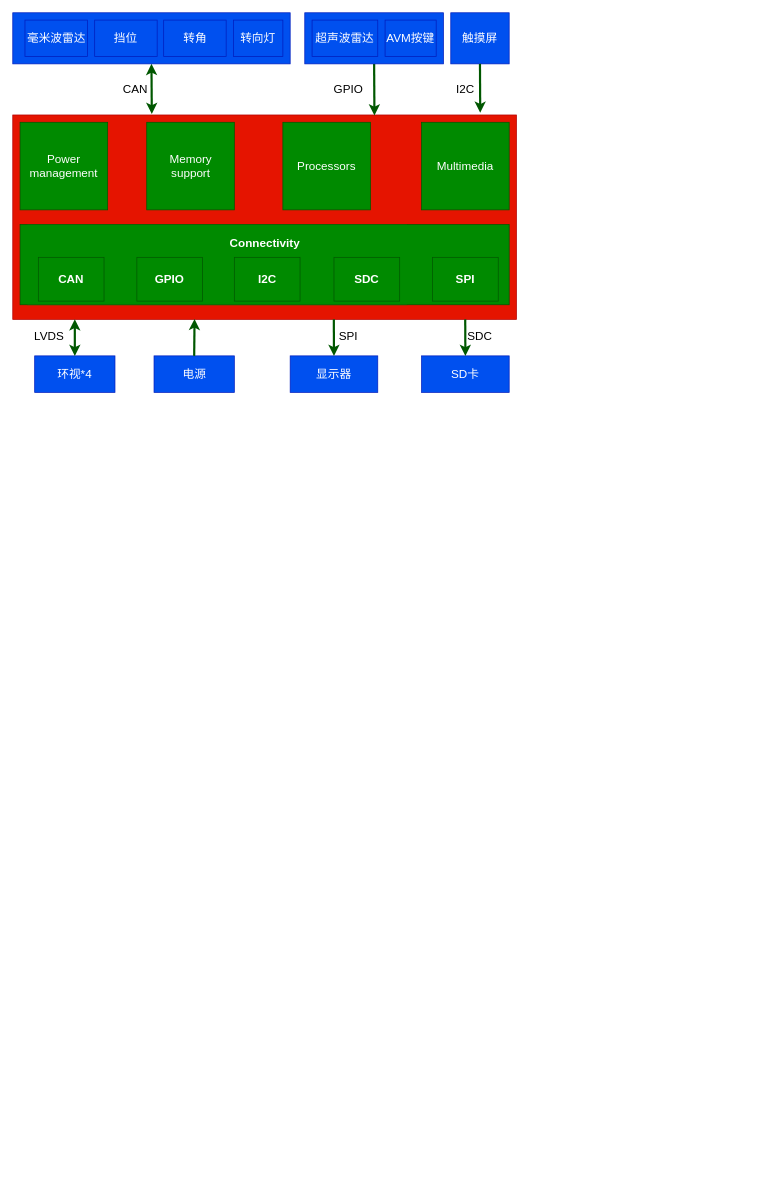
Earlier version of the draw.io diagram page "硬件架构" (2 of 2) of AVM1.0.drawio (bugquella/diagrams). Source tidied: cells renumbered, new cells numbered last; positions are measured from the earlier drawing's top-left corner, leaving out a move shared by most shapes. Both pictures are drawn from the tidied source at 73%, with x=0, y=0 at pixel (12, 12).
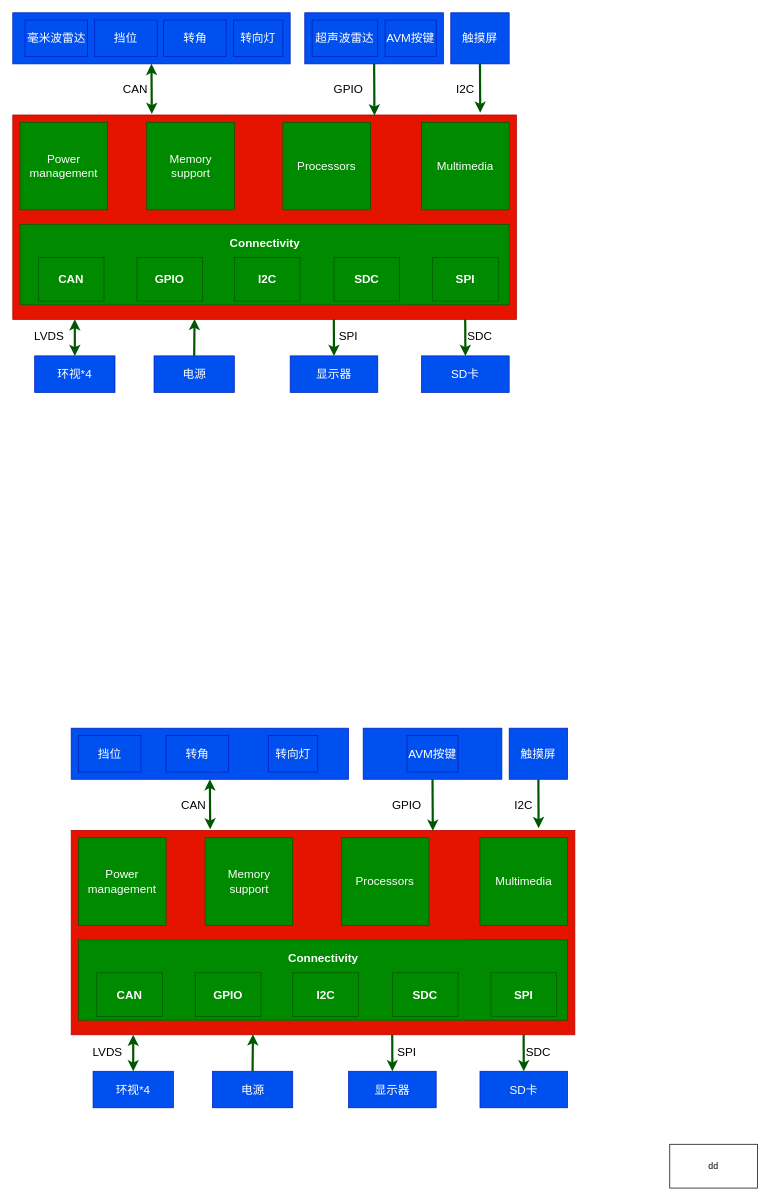
Above is the later version.

Change to the diagram source:
```diff
@@
+    <mxCell id="43" value="&lt;div align=&quot;center&quot;&gt;&lt;font style=&quot;font-size: 16px&quot;&gt;环视*4&lt;/font&gt;&lt;/div&gt;" style="rounded=0;whiteSpace=wrap;html=1;fontSize=16;align=center;fillColor=#0050ef;strokeColor=#001DBC;fontColor=#ffffff;" parent="1" vertex="1">
+      <mxGeometry x="110" y="1450" width="110" height="50" as="geometry" />
+    </mxCell>
+    <mxCell id="44" style="rounded=0;whiteSpace=wrap;html=1;fontSize=16;fillColor=#e51400;fontColor=#ffffff;strokeColor=#B20000;" parent="1" vertex="1">
+      <mxGeometry x="80" y="1120" width="690" height="280" as="geometry" />
+    </mxCell>
+    <mxCell id="45" value="触摸屏" style="rounded=0;whiteSpace=wrap;html=1;fontSize=16;fillColor=#0050ef;fontColor=#ffffff;strokeColor=#001DBC;" parent="1" vertex="1">
+      <mxGeometry x="680" y="980" width="80" height="70" as="geometry" />
+    </mxCell>
+    <mxCell id="46" value="I2C" style="text;html=1;strokeColor=none;fillColor=none;align=center;verticalAlign=middle;whiteSpace=wrap;rounded=0;fontSize=16;" parent="1" vertex="1">
+      <mxGeometry x="670" y="1070" width="60" height="30" as="geometry" />
+    </mxCell>
+    <mxCell id="47" style="endArrow=classic;html=1;rounded=0;fontSize=12;strokeWidth=3;exitX=0.5;exitY=1;exitDx=0;exitDy=0;fillColor=#008a00;strokeColor=#005700;entryX=0.928;entryY=-0.011;entryDx=0;entryDy=0;entryPerimeter=0;" parent="1" edge="1" source="45" target="44">
+      <mxGeometry relative="1" as="geometry" />
+    </mxCell>
+    <mxCell id="48" style="endArrow=classic;html=1;rounded=0;fontSize=12;strokeWidth=3;fillColor=#008a00;strokeColor=#005700;exitX=0.5;exitY=1;exitDx=0;exitDy=0;entryX=0.718;entryY=0.002;entryDx=0;entryDy=0;entryPerimeter=0;" parent="1" edge="1" source="76" target="44">
+      <mxGeometry relative="1" as="geometry" />
+    </mxCell>
+    <mxCell id="49" value="GPIO" style="text;html=1;strokeColor=none;fillColor=none;align=center;verticalAlign=middle;whiteSpace=wrap;rounded=0;fontSize=16;" parent="1" vertex="1">
+      <mxGeometry x="510" y="1070" width="60" height="30" as="geometry" />
+    </mxCell>
+    <mxCell id="50" value="电源" style="rounded=0;whiteSpace=wrap;html=1;fontSize=16;align=center;fillColor=#0050ef;fontColor=#ffffff;strokeColor=#001DBC;" parent="1" vertex="1">
+      <mxGeometry x="273.5" y="1450" width="110" height="50" as="geometry" />
+    </mxCell>
+    <mxCell id="51" style="endArrow=classic;html=1;rounded=0;fontSize=12;strokeWidth=3;exitX=0.5;exitY=0;exitDx=0;exitDy=0;fillColor=#008a00;strokeColor=#005700;entryX=0.399;entryY=0.998;entryDx=0;entryDy=0;entryPerimeter=0;" parent="1" edge="1" source="50">
+      <mxGeometry relative="1" as="geometry">
+        <mxPoint x="329" y="1399.4" as="targetPoint" />
+      </mxGeometry>
+    </mxCell>
+    <mxCell id="52" value="显示器" style="rounded=0;whiteSpace=wrap;html=1;fontSize=16;fillColor=#0050ef;fontColor=#ffffff;strokeColor=#001DBC;" parent="1" vertex="1">
+      <mxGeometry x="460" y="1450" width="120" height="50" as="geometry" />
+    </mxCell>
+    <mxCell id="53" style="group;fontSize=16;fillColor=#008a00;fontColor=#ffffff;strokeColor=#005700;" parent="1" vertex="1">
+      <mxGeometry x="100" y="1270" width="520" height="110" as="geometry" />
+    </mxCell>
+    <mxCell id="54" value="Multimedia" style="rounded=0;whiteSpace=wrap;html=1;fontSize=16;strokeColor=#005700;fillColor=#008a00;fontColor=#ffffff;" parent="1" vertex="1">
+      <mxGeometry x="640" y="1130" width="120" height="120" as="geometry" />
+    </mxCell>
+    <mxCell id="55" value="Processors" style="rounded=0;whiteSpace=wrap;html=1;fontSize=16;strokeColor=#005700;fillColor=#008a00;fontColor=#ffffff;" parent="1" vertex="1">
+      <mxGeometry x="450" y="1130" width="120" height="120" as="geometry" />
+    </mxCell>
+    <mxCell id="56" value="Memory &lt;br&gt;support" style="rounded=0;whiteSpace=wrap;html=1;fontSize=16;strokeColor=#005700;fillColor=#008a00;fontColor=#ffffff;" parent="1" vertex="1">
+      <mxGeometry x="263.5" y="1130" width="120" height="120" as="geometry" />
+    </mxCell>
+    <mxCell id="57" value="Power management" style="rounded=0;whiteSpace=wrap;html=1;fontSize=16;strokeColor=#005700;fillColor=#008a00;fontColor=#ffffff;" parent="1" vertex="1">
+      <mxGeometry x="90" y="1130" width="120" height="120" as="geometry" />
+    </mxCell>
+    <mxCell id="58" style="endArrow=classic;html=1;rounded=0;fontSize=12;strokeWidth=3;fillColor=#008a00;strokeColor=#005700;entryX=0.5;entryY=0;entryDx=0;entryDy=0;exitX=0.87;exitY=1;exitDx=0;exitDy=0;exitPerimeter=0;" parent="1" edge="1" target="52">
+      <mxGeometry relative="1" as="geometry">
+        <mxPoint x="519.8" y="1400" as="sourcePoint" />
+      </mxGeometry>
+    </mxCell>
+    <mxCell id="59" style="endArrow=classic;startArrow=classic;html=1;rounded=0;fontSize=16;fillColor=#008a00;strokeColor=#005700;strokeWidth=3;entryX=0.5;entryY=1;entryDx=0;entryDy=0;exitX=0.276;exitY=-0.005;exitDx=0;exitDy=0;exitPerimeter=0;" parent="1" edge="1" source="44" target="78">
+      <mxGeometry relative="1" as="geometry" />
+    </mxCell>
+    <mxCell id="60" value="&lt;font style=&quot;font-size: 16px&quot;&gt;CAN&lt;/font&gt;" style="text;html=1;strokeColor=none;fillColor=none;align=center;verticalAlign=middle;whiteSpace=wrap;rounded=0;fontSize=12;" parent="1" vertex="1">
+      <mxGeometry x="217.8" y="1070" width="60" height="30" as="geometry" />
+    </mxCell>
+    <mxCell id="61" style="endArrow=classic;startArrow=classic;html=1;rounded=0;fontSize=16;exitX=0.5;exitY=0;exitDx=0;exitDy=0;fillColor=#008a00;strokeColor=#005700;strokeWidth=3;" parent="1" edge="1" source="43">
+      <mxGeometry relative="1" as="geometry">
+        <mxPoint x="165" y="1400" as="targetPoint" />
+      </mxGeometry>
+    </mxCell>
+    <mxCell id="62" value="LVDS" style="text;html=1;strokeColor=none;fillColor=none;align=center;verticalAlign=middle;whiteSpace=wrap;rounded=0;fontSize=16;" parent="1" vertex="1">
+      <mxGeometry x="100" y="1410" width="60" height="25" as="geometry" />
+    </mxCell>
+    <mxCell id="63" value="SPI" style="text;html=1;strokeColor=none;fillColor=none;align=center;verticalAlign=middle;whiteSpace=wrap;rounded=0;fontSize=16;" parent="1" vertex="1">
+      <mxGeometry x="510" y="1407.5" width="60" height="30" as="geometry" />
+    </mxCell>
+    <mxCell id="64" value="SD卡" style="rounded=0;whiteSpace=wrap;html=1;fontSize=16;fillColor=#0050ef;fontColor=#ffffff;strokeColor=#001DBC;" parent="1" vertex="1">
+      <mxGeometry x="640" y="1450" width="120" height="50" as="geometry" />
+    </mxCell>
+    <mxCell id="65" style="endArrow=classic;html=1;rounded=0;fontSize=12;strokeWidth=3;fillColor=#008a00;strokeColor=#005700;entryX=0.5;entryY=0;entryDx=0;entryDy=0;exitX=0.87;exitY=1;exitDx=0;exitDy=0;exitPerimeter=0;" parent="1" edge="1">
+      <mxGeometry relative="1" as="geometry">
+        <mxPoint x="699.8" y="1400" as="sourcePoint" />
+        <mxPoint x="700" y="1450" as="targetPoint" />
+      </mxGeometry>
+    </mxCell>
+    <mxCell id="66" value="SDC" style="text;html=1;strokeColor=none;fillColor=none;align=center;verticalAlign=middle;whiteSpace=wrap;rounded=0;fontSize=16;" parent="1" vertex="1">
+      <mxGeometry x="690" y="1407.5" width="60" height="30" as="geometry" />
+    </mxCell>
+    <mxCell id="67" style="group;fillColor=#fad7ac;strokeColor=#b46504;fontColor=#000000;" parent="1" vertex="1">
+      <mxGeometry x="100" y="1270" width="520" height="110" as="geometry" />
+    </mxCell>
+    <mxCell id="68" style="rounded=0;whiteSpace=wrap;html=1;strokeColor=#005700;fillColor=#008a00;fontColor=#ffffff;" parent="1" vertex="1">
+      <mxGeometry x="90" y="1270" width="670" height="110" as="geometry" />
+    </mxCell>
+    <mxCell id="69" value="GPIO" style="rounded=0;whiteSpace=wrap;html=1;fillColor=#008a00;strokeColor=#005700;fontStyle=1;fontSize=16;fontColor=#ffffff;" parent="1" vertex="1">
+      <mxGeometry x="250" y="1315" width="90" height="60" as="geometry" />
+    </mxCell>
+    <mxCell id="70" value="I2C" style="rounded=0;whiteSpace=wrap;html=1;fillColor=#008a00;strokeColor=#005700;fontStyle=1;fontSize=16;fontColor=#ffffff;" parent="1" vertex="1">
+      <mxGeometry x="383.5" y="1315" width="90" height="60" as="geometry" />
+    </mxCell>
+    <mxCell id="71" value="SDC" style="rounded=0;whiteSpace=wrap;html=1;fillColor=#008a00;strokeColor=#005700;fontStyle=1;fontSize=16;fontColor=#ffffff;" parent="1" vertex="1">
+      <mxGeometry x="520" y="1315" width="90" height="60" as="geometry" />
+    </mxCell>
+    <mxCell id="72" value="SPI" style="rounded=0;whiteSpace=wrap;html=1;fillColor=#008a00;strokeColor=#005700;fontStyle=1;fontSize=16;fontColor=#ffffff;" parent="1" vertex="1">
+      <mxGeometry x="655" y="1315" width="90" height="60" as="geometry" />
+    </mxCell>
+    <mxCell id="73" value="CAN" style="rounded=0;whiteSpace=wrap;html=1;fillColor=#008a00;strokeColor=#005700;fontStyle=1;fontSize=16;fontColor=#ffffff;" parent="1" vertex="1">
+      <mxGeometry x="115" y="1315" width="90" height="60" as="geometry" />
+    </mxCell>
+    <mxCell id="74" value="&lt;font color=&quot;#FFFFFF&quot;&gt;&lt;b&gt;&lt;font style=&quot;font-size: 16px&quot;&gt;Connectivity&lt;/font&gt;&lt;/b&gt;&lt;/font&gt;" style="text;html=1;strokeColor=none;fillColor=none;align=center;verticalAlign=middle;whiteSpace=wrap;rounded=0;fontColor=#000000;" parent="1" vertex="1">
+      <mxGeometry x="367.5" y="1280" width="115" height="30" as="geometry" />
+    </mxCell>
+    <mxCell id="75" style="group;" parent="1" vertex="1">
+      <mxGeometry x="480" y="980" width="190" height="70" as="geometry" />
+    </mxCell>
+    <mxCell id="76" style="rounded=0;whiteSpace=wrap;html=1;fillColor=#0050ef;fontColor=#ffffff;strokeColor=#001DBC;" parent="75" vertex="1">
+      <mxGeometry width="190" height="70" as="geometry" />
+    </mxCell>
+    <mxCell id="77" value="AVM按键" style="rounded=0;whiteSpace=wrap;html=1;fontSize=16;fillColor=#0050ef;fontColor=#ffffff;strokeColor=#001DBC;" parent="75" vertex="1">
+      <mxGeometry x="60" y="10" width="70" height="50" as="geometry" />
+    </mxCell>
+    <mxCell id="78" style="rounded=0;whiteSpace=wrap;html=1;fontSize=12;fillColor=#0050ef;fontColor=#ffffff;strokeColor=#001DBC;" parent="1" vertex="1">
+      <mxGeometry x="80" y="980" width="380" height="70" as="geometry" />
+    </mxCell>
+    <mxCell id="79" value="&lt;font style=&quot;font-size: 16px&quot;&gt;转角&lt;/font&gt;" style="rounded=0;whiteSpace=wrap;html=1;fontSize=16;fillColor=#0050ef;fontColor=#ffffff;strokeColor=#001DBC;" parent="1" vertex="1">
+      <mxGeometry x="210" y="990" width="85.6" height="50" as="geometry" />
+    </mxCell>
+    <mxCell id="80" value="挡位" style="rounded=0;whiteSpace=wrap;html=1;fontSize=16;fillColor=#0050ef;fontColor=#ffffff;strokeColor=#001DBC;" parent="1" vertex="1">
+      <mxGeometry x="90" y="990" width="85.6" height="50" as="geometry" />
+    </mxCell>
+    <mxCell id="81" value="转向灯" style="rounded=0;whiteSpace=wrap;html=1;fontSize=16;fillColor=#0050ef;fontColor=#ffffff;strokeColor=#001DBC;" parent="1" vertex="1">
+      <mxGeometry x="350" y="990" width="67.8" height="50" as="geometry" />
+    </mxCell>
+    <mxCell id="82" value="dd" style="rounded=0;whiteSpace=wrap;html=1;" parent="1" vertex="1">
+      <mxGeometry x="900" y="1550" width="120" height="60" as="geometry" />
+    </mxCell>
```
